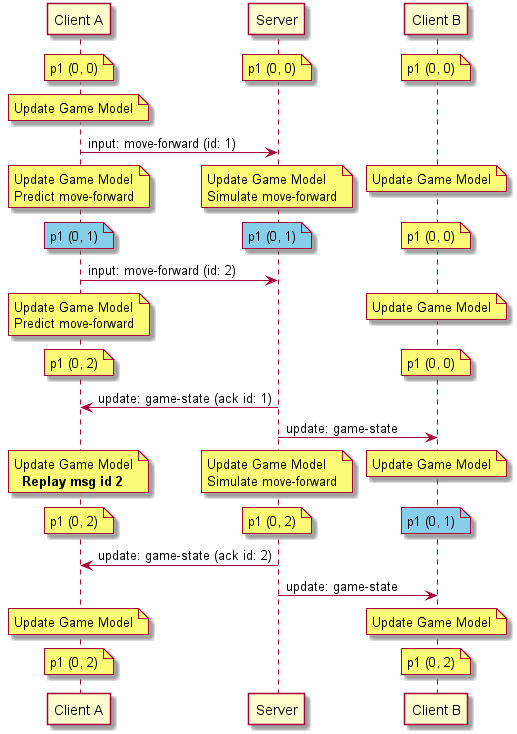
Above: doc/Multiplayer/images/Entity Interpolation Bad - Sequence.png in ProfPorkins/GameTech (PlantUML), before the change.
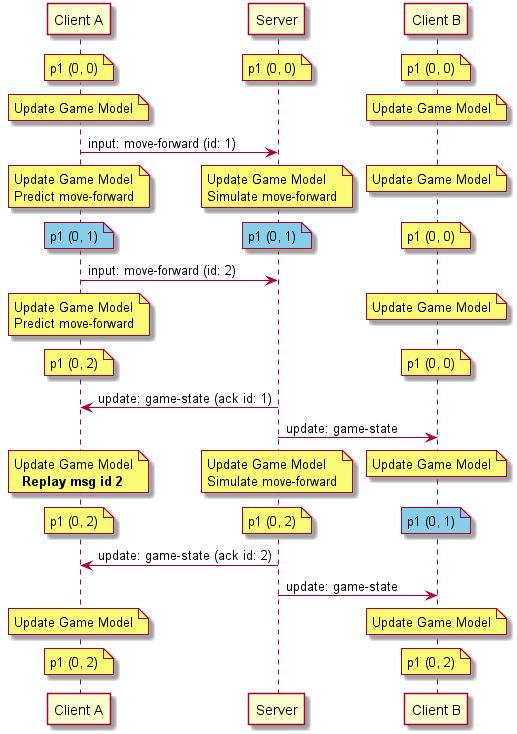
Later version of the same file.

Commit message:
(multiplayer) Misc updates, but primary focus on the animation timing diagram for Step 3

Change to the diagram source:
```diff
@@ -9,6 +9,7 @@
 / note over ClientB: p1 (0, 0)
 
 note over ClientA: Update Game Model
+/ note over ClientB: Update Game Model
 
 ClientA -> Server: input: move-forward (id: 1)
 note over ClientA: Update Game Model\nPredict move-forward
```
